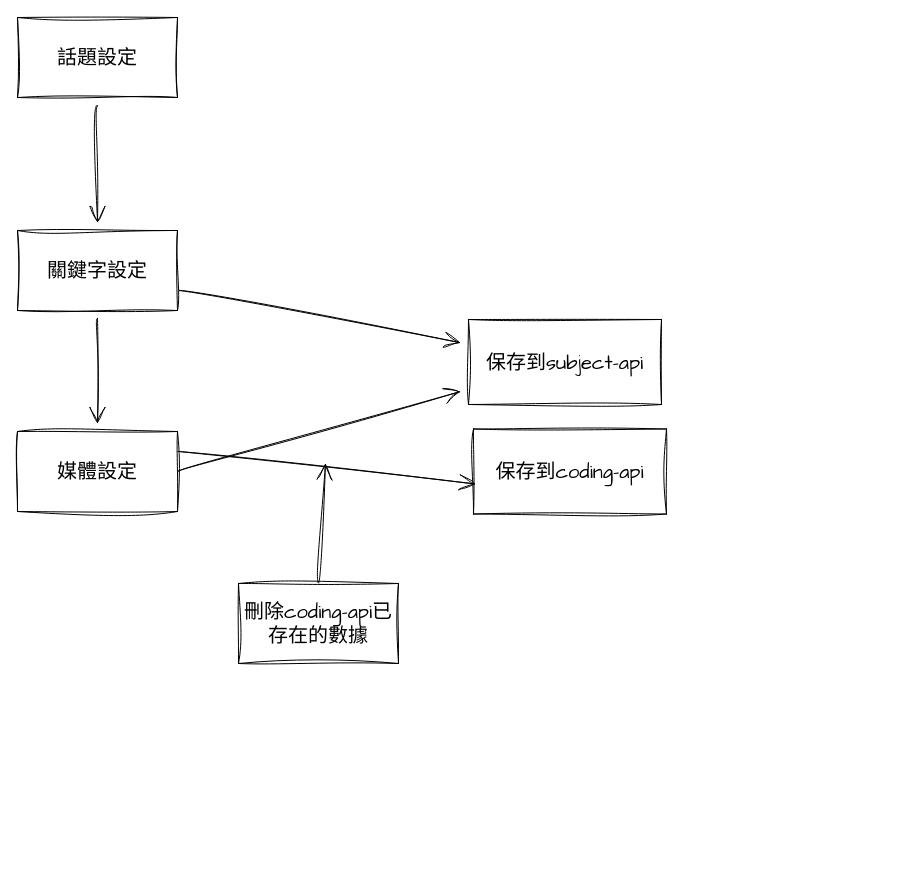
Above: draw/DiVoMiner話題設定流程.drawio in YaoKaiPeng/z-my-draw.io (draw.io), before the change. Source tidied: cells renumbered, new cells numbered last; positions are measured from the earlier drawing's top-left corner, leaving out a move shared by most shapes. Both pictures are drawn from the tidied source at 100%, with x=0, y=0 at pixel (17, 17).
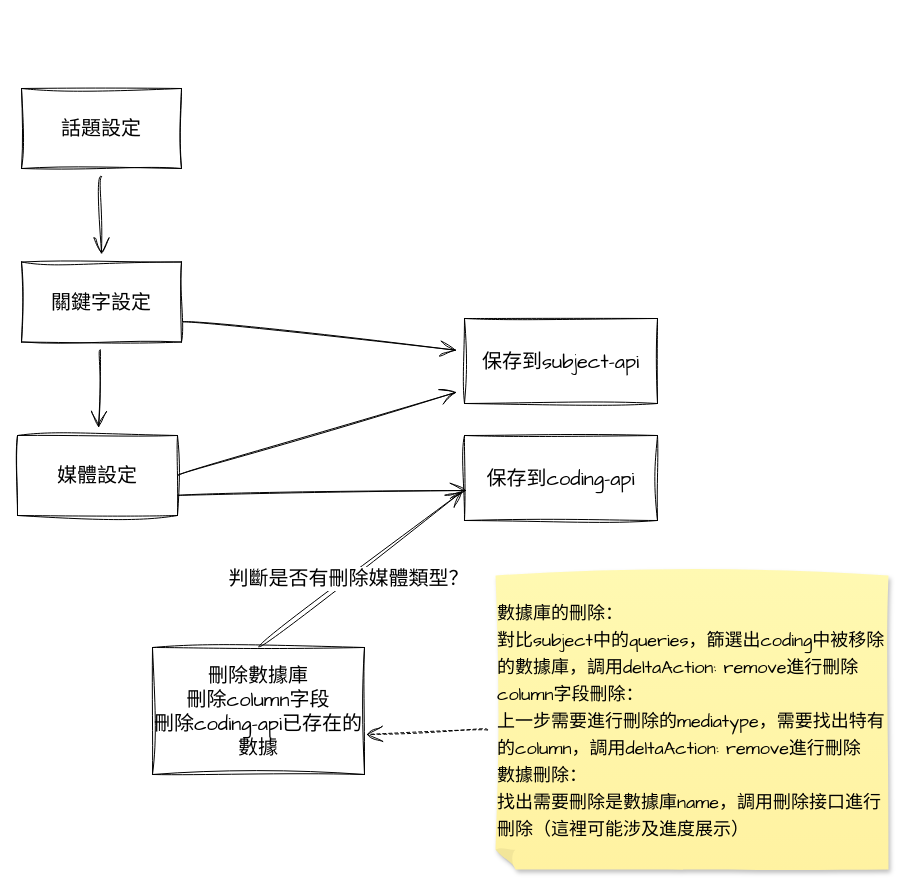
After the change.

Commit message (it also covers changes not shown here):
更新DiVoMiner話題設定流程.drawio

Change to the diagram source:
```diff
@@
 <mxGraphModel>
   <root>
     <mxCell id="0" />
     <mxCell id="1" parent="0" />
     <mxCell id="2" style="edgeStyle=none;curved=1;rounded=0;sketch=1;hachureGap=4;jiggle=2;curveFitting=1;jettySize=auto;html=1;fontFamily=Architects Daughter;fontSize=16;endArrow=open;startSize=14;endSize=14;sourcePerimeterSpacing=8;targetPerimeterSpacing=8;" parent="1" edge="1" source="3" target="6">
       <mxGeometry relative="1" as="geometry" />
     </mxCell>
     <mxCell id="3" value="話題設定" style="rounded=0;whiteSpace=wrap;html=1;sketch=1;hachureGap=4;jiggle=2;curveFitting=1;fontFamily=Architects Daughter;fontSize=20;" parent="1" vertex="1">
-      <mxGeometry width="160" height="80" as="geometry" />
+      <mxGeometry x="4" y="71" width="160" height="80" as="geometry" />
     </mxCell>
     <mxCell id="4" style="edgeStyle=none;curved=1;rounded=0;sketch=1;hachureGap=4;jiggle=2;curveFitting=1;jettySize=auto;html=1;fontFamily=Architects Daughter;fontSize=16;endArrow=open;startSize=14;endSize=14;sourcePerimeterSpacing=8;targetPerimeterSpacing=8;" parent="1" edge="1" source="6" target="9">
       <mxGeometry relative="1" as="geometry" />
     </mxCell>
     <mxCell id="5" style="edgeStyle=none;curved=1;rounded=0;sketch=1;hachureGap=4;jiggle=2;curveFitting=1;jettySize=auto;html=1;exitX=1;exitY=0.75;exitDx=0;exitDy=0;fontFamily=Architects Daughter;fontSize=16;endArrow=open;startSize=14;endSize=14;sourcePerimeterSpacing=8;targetPerimeterSpacing=8;" parent="1" edge="1" source="6" target="10">
       <mxGeometry relative="1" as="geometry" />
     </mxCell>
     <mxCell id="6" value="關鍵字設定" style="rounded=0;whiteSpace=wrap;html=1;sketch=1;hachureGap=4;jiggle=2;curveFitting=1;fontFamily=Architects Daughter;fontSize=20;" parent="1" vertex="1">
-      <mxGeometry y="213" width="160" height="80" as="geometry" />
+      <mxGeometry x="4" y="244.5" width="160" height="80" as="geometry" />
     </mxCell>
     <mxCell id="7" style="edgeStyle=none;curved=1;rounded=0;sketch=1;hachureGap=4;jiggle=2;curveFitting=1;jettySize=auto;html=1;exitX=1;exitY=0.5;exitDx=0;exitDy=0;fontFamily=Architects Daughter;fontSize=16;endArrow=open;startSize=14;endSize=14;sourcePerimeterSpacing=8;targetPerimeterSpacing=8;" parent="1" edge="1" source="9" target="10">
       <mxGeometry relative="1" as="geometry" />
     </mxCell>
-    <mxCell id="8" style="edgeStyle=none;curved=1;rounded=0;sketch=1;hachureGap=4;jiggle=2;curveFitting=1;jettySize=auto;html=1;exitX=1;exitY=0.25;exitDx=0;exitDy=0;entryX=0.01;entryY=0.647;entryDx=0;entryDy=0;entryPerimeter=0;fontFamily=Architects Daughter;fontSize=16;endArrow=open;startSize=14;endSize=14;sourcePerimeterSpacing=8;targetPerimeterSpacing=8;" parent="1" edge="1" source="9" target="11">
+    <mxCell id="8" style="edgeStyle=none;curved=1;rounded=0;sketch=1;hachureGap=4;jiggle=2;curveFitting=1;jettySize=auto;html=1;exitX=1;exitY=0.75;exitDx=0;exitDy=0;entryX=0.01;entryY=0.647;entryDx=0;entryDy=0;entryPerimeter=0;fontFamily=Architects Daughter;fontSize=16;endArrow=open;startSize=14;endSize=14;sourcePerimeterSpacing=8;targetPerimeterSpacing=8;" parent="1" edge="1" source="9" target="11">
       <mxGeometry relative="1" as="geometry" />
     </mxCell>
     <mxCell id="9" value="媒體設定" style="rounded=0;whiteSpace=wrap;html=1;sketch=1;hachureGap=4;jiggle=2;curveFitting=1;fontFamily=Architects Daughter;fontSize=20;" parent="1" vertex="1">
-      <mxGeometry y="414" width="160" height="80" as="geometry" />
+      <mxGeometry y="418" width="160" height="80" as="geometry" />
     </mxCell>
     <mxCell id="10" value="保存到subject-api" style="rounded=0;whiteSpace=wrap;html=1;sketch=1;hachureGap=4;jiggle=2;curveFitting=1;fontFamily=Architects Daughter;fontSize=20;" parent="1" vertex="1">
-      <mxGeometry x="451" y="302" width="193" height="85" as="geometry" />
+      <mxGeometry x="447" y="301" width="193" height="85" as="geometry" />
     </mxCell>
     <mxCell id="11" value="保存到coding-api" style="rounded=0;whiteSpace=wrap;html=1;sketch=1;hachureGap=4;jiggle=2;curveFitting=1;fontFamily=Architects Daughter;fontSize=20;" parent="1" vertex="1">
-      <mxGeometry x="456" y="411.5" width="193" height="85" as="geometry" />
+      <mxGeometry x="447" y="418" width="193" height="85" as="geometry" />
     </mxCell>
-    <mxCell id="12" style="edgeStyle=none;curved=1;rounded=0;sketch=1;hachureGap=4;jiggle=2;curveFitting=1;jettySize=auto;html=1;exitX=0.5;exitY=0;exitDx=0;exitDy=0;fontFamily=Architects Daughter;fontSize=16;endArrow=open;startSize=14;endSize=14;sourcePerimeterSpacing=8;targetPerimeterSpacing=8;" parent="1" edge="1" source="13">
-      <mxGeometry relative="1" as="geometry">
-        <mxPoint x="308" y="446" as="targetPoint" />
-      </mxGeometry>
+    <mxCell id="12" style="edgeStyle=none;curved=1;rounded=0;sketch=1;hachureGap=4;jiggle=2;curveFitting=1;jettySize=auto;html=1;exitX=0.5;exitY=0;exitDx=0;exitDy=0;fontFamily=Architects Daughter;fontSize=16;endArrow=open;startSize=14;endSize=14;sourcePerimeterSpacing=8;targetPerimeterSpacing=8;entryX=-0.011;entryY=0.657;entryDx=0;entryDy=0;entryPerimeter=0;" parent="1" edge="1" source="13" target="11">
+      <mxGeometry relative="1" as="geometry" />
     </mxCell>
+    <mxCell id="14" value="判斷是否有刪除媒體類型？" style="edgeLabel;html=1;align=center;verticalAlign=middle;fontSize=20;fontFamily=Architects Daughter;" parent="12" vertex="1">
+      <mxGeometry x="-0.1" y="586" relative="1" as="geometry">
+        <mxPoint x="354" y="466" as="offset" />
+      </mxGeometry>
+    </mxCell>
-    <mxCell id="13" value="刪除coding-api已存在的數據" style="rounded=0;whiteSpace=wrap;html=1;sketch=1;hachureGap=4;jiggle=2;curveFitting=1;fontFamily=Architects Daughter;fontSize=20;" parent="1" vertex="1">
-      <mxGeometry x="221" y="566" width="160" height="80" as="geometry" />
+    <mxCell id="13" value="刪除數據庫&lt;br&gt;刪除column字段&lt;br&gt;刪除coding-api已存在的數據" style="rounded=0;whiteSpace=wrap;html=1;sketch=1;hachureGap=4;jiggle=2;curveFitting=1;fontFamily=Architects Daughter;fontSize=20;" parent="1" vertex="1">
+      <mxGeometry x="135" y="630" width="212" height="127" as="geometry" />
     </mxCell>
+    <mxCell id="15" style="edgeStyle=none;curved=1;rounded=0;sketch=1;hachureGap=4;jiggle=2;curveFitting=1;jettySize=auto;html=1;entryX=1.009;entryY=0.685;entryDx=0;entryDy=0;entryPerimeter=0;fontFamily=Architects Daughter;fontSize=18;endArrow=open;startSize=14;endSize=14;sourcePerimeterSpacing=8;targetPerimeterSpacing=8;dashed=1;" parent="1" edge="1" source="16" target="13">
+      <mxGeometry relative="1" as="geometry" />
+    </mxCell>
+    <mxCell id="16" value="&lt;p style=&quot;line-height: 150%;&quot;&gt;數據庫的刪除：&lt;br&gt;對比subject中的queries，篩選出coding中被移除的數據庫，調用deltaAction: remove進行刪除&lt;br&gt;column字段刪除：&lt;br&gt;上一步需要進行刪除的mediatype，需要找出特有的column，調用deltaAction: remove進行刪除&lt;br&gt;數據刪除：&lt;br&gt;找出需要刪除是數據庫name，調用刪除接口進行刪除（這裡可能涉及進度展示）&lt;br&gt;&lt;/p&gt;" style="shape=note;whiteSpace=wrap;html=1;backgroundOutline=1;fontColor=#000000;darkOpacity=0.05;fillColor=#FFF9B2;strokeColor=none;fillStyle=solid;direction=west;gradientDirection=north;gradientColor=#FFF2A1;shadow=1;size=20;sketch=1;hachureGap=4;jiggle=2;curveFitting=1;fontFamily=Architects Daughter;fontSize=18;align=left;horizontal=1;labelPosition=center;verticalLabelPosition=middle;verticalAlign=top;" parent="1" vertex="1">
+      <mxGeometry x="478" y="558" width="393" height="294" as="geometry" />
+    </mxCell>
   </root>
 </mxGraphModel>
```
